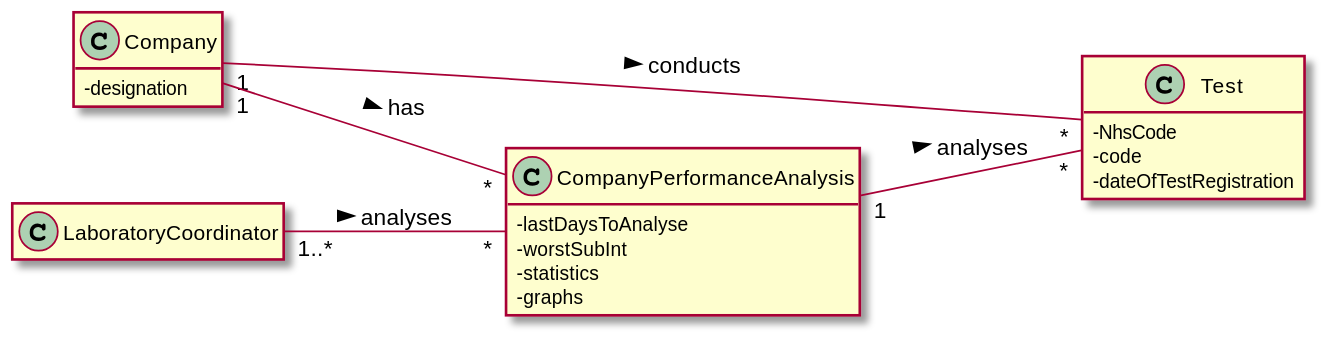
Above: docs/SprintD/US_16/US016_DM.svg in ana-albergaria/LAPR2-ISEP (PlantUML), before the change.
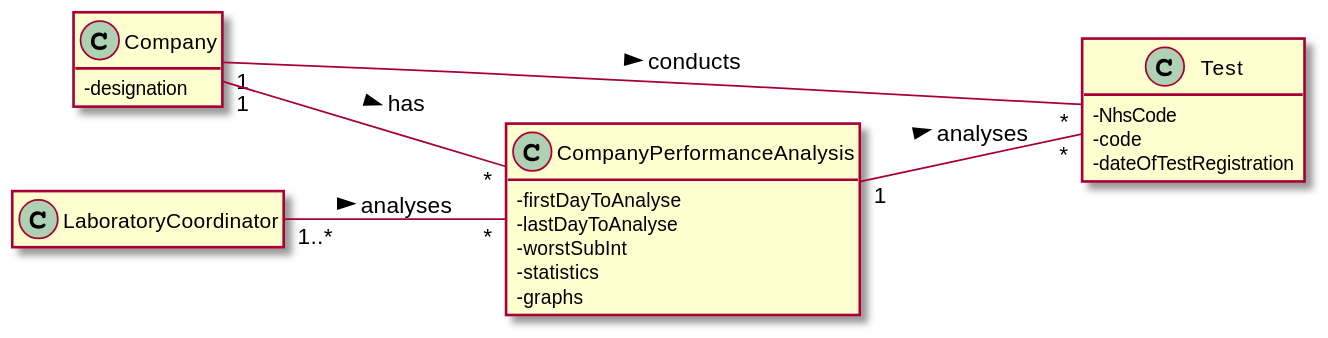
After the change.

Diff of the diagram source:
```diff
@@ -19,7 +19,8 @@
 }
 
 class CompanyPerformanceAnalysis{
-- lastDaysToAnalyse
+- firstDayToAnalyse
+- lastDayToAnalyse
 - worstSubInt
 - statistics
 - graphs
```
